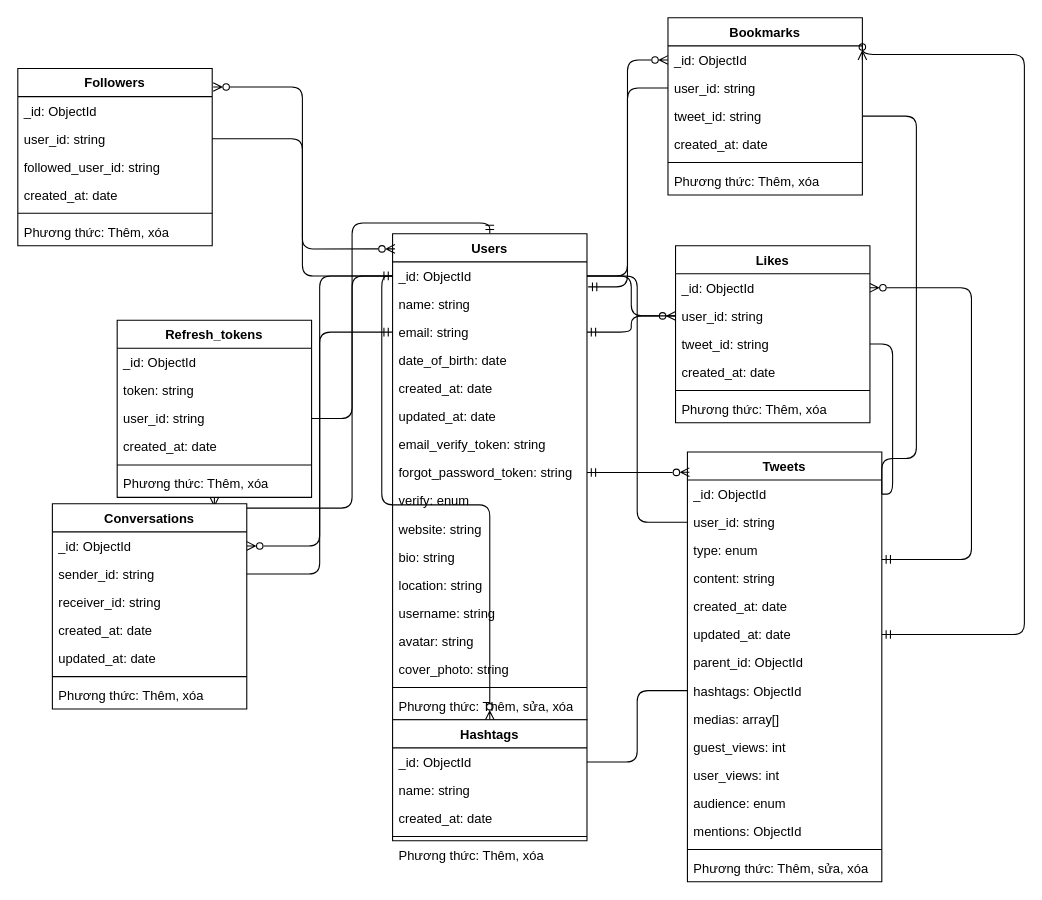
The draw.io diagram page "Class" (20 of 24) of SoDo.drawio in haota1307/project-twitter, before the edit. Source tidied: cells renumbered, new cells numbered last; positions are measured from the earlier drawing's top-left corner, leaving out a move shared by most shapes. Both pictures are drawn from the tidied source at 108%, with x=0, y=0 at pixel (17, 17).
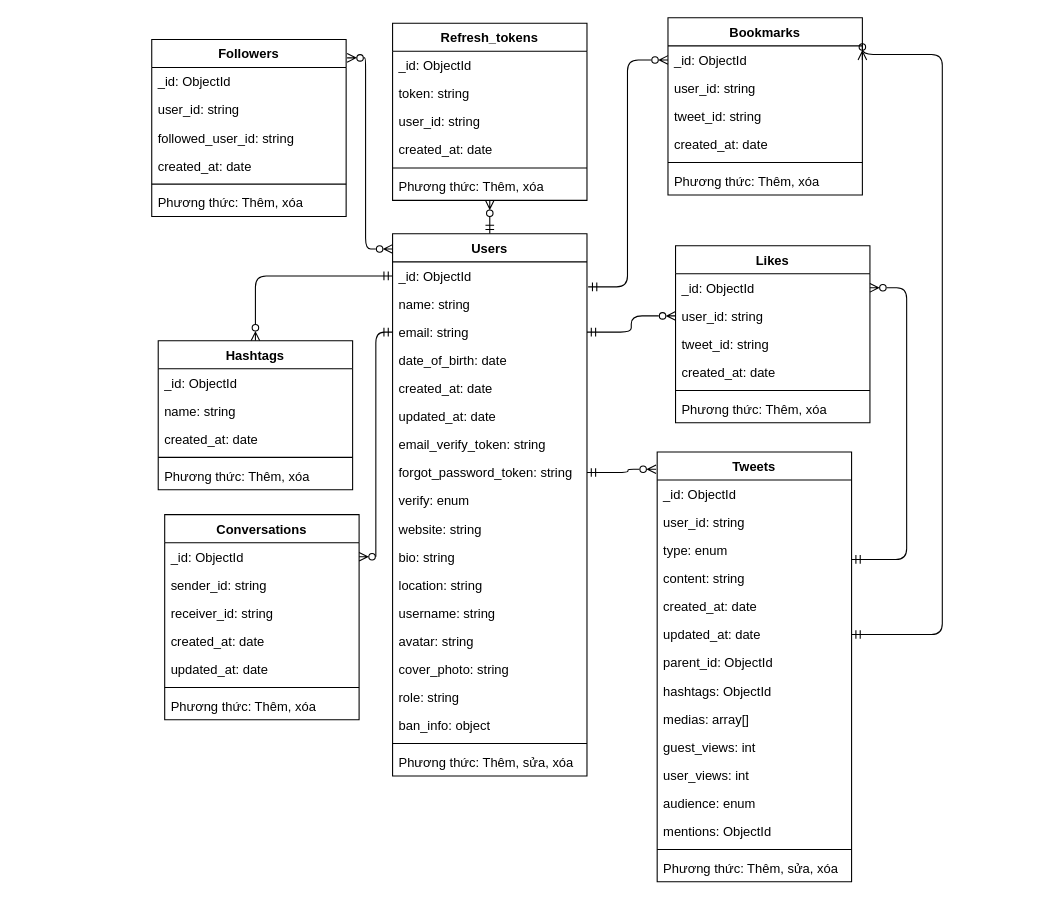
Above is the later version.

The change refers to these unchanged cells:
```xml
<mxCell id="4" value="_id: ObjectId" style="text;strokeColor=none;fillColor=none;align=left;verticalAlign=top;spacingLeft=4;spacingRight=4;overflow=hidden;points=[[0,0.5],[1,0.5]];portConstraint=eastwest;fontColor=#000000;" parent="3" vertex="1">
  <mxGeometry y="26" width="180" height="26" as="geometry" />
</mxCell>
<mxCell id="11" value="forgot_password_token: string" style="text;strokeColor=none;fillColor=none;align=left;verticalAlign=top;spacingLeft=4;spacingRight=4;overflow=hidden;points=[[0,0.5],[1,0.5]];portConstraint=eastwest;fontColor=#000000;" parent="3" vertex="1">
  <mxGeometry y="208" width="180" height="26" as="geometry" />
</mxCell>
<mxCell id="22" value="_id: ObjectId" style="text;strokeColor=none;fillColor=none;align=left;verticalAlign=top;spacingLeft=4;spacingRight=4;overflow=hidden;points=[[0,0.5],[1,0.5]];portConstraint=eastwest;fontColor=#000000;" parent="21" vertex="1">
  <mxGeometry y="26" width="180" height="26" as="geometry" />
</mxCell>
<mxCell id="23" value="user_id: string" style="text;strokeColor=none;fillColor=none;align=left;verticalAlign=top;spacingLeft=4;spacingRight=4;overflow=hidden;points=[[0,0.5],[1,0.5]];portConstraint=eastwest;fontColor=#000000;" parent="21" vertex="1">
  <mxGeometry y="52" width="180" height="26" as="geometry" />
</mxCell>
<mxCell id="27" value="updated_at: date" style="text;strokeColor=none;fillColor=none;align=left;verticalAlign=top;spacingLeft=4;spacingRight=4;overflow=hidden;points=[[0,0.5],[1,0.5]];portConstraint=eastwest;fontColor=#000000;" parent="21" vertex="1">
  <mxGeometry y="156" width="180" height="26" as="geometry" />
</mxCell>
<mxCell id="29" value="hashtags: ObjectId" style="text;strokeColor=none;fillColor=none;align=left;verticalAlign=top;spacingLeft=4;spacingRight=4;overflow=hidden;points=[[0,0.5],[1,0.5]];portConstraint=eastwest;fontColor=#000000;" parent="21" vertex="1">
  <mxGeometry y="208" width="180" height="26" as="geometry" />
</mxCell>
<mxCell id="39" value="user_id: string" style="text;strokeColor=none;fillColor=none;align=left;verticalAlign=top;spacingLeft=4;spacingRight=4;overflow=hidden;points=[[0,0.5],[1,0.5]];portConstraint=eastwest;fontColor=#000000;" parent="37" vertex="1">
  <mxGeometry y="52" width="180" height="26" as="geometry" />
</mxCell>
<mxCell id="47" value="user_id: string" style="text;strokeColor=none;fillColor=none;align=left;verticalAlign=top;spacingLeft=4;spacingRight=4;overflow=hidden;points=[[0,0.5],[1,0.5]];portConstraint=eastwest;fontColor=#000000;" parent="44" vertex="1">
  <mxGeometry y="78" width="180" height="26" as="geometry" />
</mxCell>
<mxCell id="52" value="_id: ObjectId" style="text;strokeColor=none;fillColor=none;align=left;verticalAlign=top;spacingLeft=4;spacingRight=4;overflow=hidden;points=[[0,0.5],[1,0.5]];portConstraint=eastwest;fontColor=#000000;" parent="51" vertex="1">
  <mxGeometry y="26" width="180" height="26" as="geometry" />
</mxCell>
<mxCell id="53" value="user_id: string" style="text;strokeColor=none;fillColor=none;align=left;verticalAlign=top;spacingLeft=4;spacingRight=4;overflow=hidden;points=[[0,0.5],[1,0.5]];portConstraint=eastwest;fontColor=#000000;" parent="51" vertex="1">
  <mxGeometry y="52" width="180" height="26" as="geometry" />
</mxCell>
<mxCell id="54" value="tweet_id: string" style="text;strokeColor=none;fillColor=none;align=left;verticalAlign=top;spacingLeft=4;spacingRight=4;overflow=hidden;points=[[0,0.5],[1,0.5]];portConstraint=eastwest;fontColor=#000000;" parent="51" vertex="1">
  <mxGeometry y="78" width="180" height="26" as="geometry" />
</mxCell>
<mxCell id="59" value="_id: ObjectId" style="text;strokeColor=none;fillColor=none;align=left;verticalAlign=top;spacingLeft=4;spacingRight=4;overflow=hidden;points=[[0,0.5],[1,0.5]];portConstraint=eastwest;fontColor=#000000;" parent="58" vertex="1">
  <mxGeometry y="26" width="180" height="26" as="geometry" />
</mxCell>
<mxCell id="60" value="user_id: string" style="text;strokeColor=none;fillColor=none;align=left;verticalAlign=top;spacingLeft=4;spacingRight=4;overflow=hidden;points=[[0,0.5],[1,0.5]];portConstraint=eastwest;fontColor=#000000;" parent="58" vertex="1">
  <mxGeometry y="52" width="180" height="26" as="geometry" />
</mxCell>
<mxCell id="61" value="tweet_id: string" style="text;strokeColor=none;fillColor=none;align=left;verticalAlign=top;spacingLeft=4;spacingRight=4;overflow=hidden;points=[[0,0.5],[1,0.5]];portConstraint=eastwest;fontColor=#000000;" parent="58" vertex="1">
  <mxGeometry y="78" width="180" height="26" as="geometry" />
</mxCell>
<mxCell id="67" value="sender_id: string" style="text;strokeColor=none;fillColor=none;align=left;verticalAlign=top;spacingLeft=4;spacingRight=4;overflow=hidden;points=[[0,0.5],[1,0.5]];portConstraint=eastwest;fontColor=#000000;" parent="65" vertex="1">
  <mxGeometry y="52" width="180" height="26" as="geometry" />
</mxCell>
<mxCell id="75" value="_id: ObjectId" style="text;strokeColor=none;fillColor=none;align=left;verticalAlign=top;spacingLeft=4;spacingRight=4;overflow=hidden;points=[[0,0.5],[1,0.5]];portConstraint=eastwest;fontColor=#000000;" parent="74" vertex="1">
  <mxGeometry y="26" width="180" height="26" as="geometry" />
</mxCell>
```

The edit, as a diff of the source:
```diff
@@
     <mxCell id="3" value="Users" style="swimlane;fontStyle=1;align=center;verticalAlign=top;horizontal=1;startSize=26;strokeColor=#000000;fontColor=#000000;fillColor=#FFFFFF;" parent="1" vertex="1">
-      <mxGeometry x="347" y="200" width="180" height="450" as="geometry" />
+      <mxGeometry x="347" y="200" width="180" height="502" as="geometry" />
     </mxCell>
@@
+    <mxCell id="96" value="cover_photo: string" style="text;strokeColor=none;fillColor=none;align=left;verticalAlign=top;spacingLeft=4;spacingRight=4;overflow=hidden;fontColor=#000000;" parent="3" vertex="1">
+      <mxGeometry y="390" width="180" height="26" as="geometry" />
+    </mxCell>
+    <mxCell id="97" value="role: string" style="text;strokeColor=none;fillColor=none;align=left;verticalAlign=top;spacingLeft=4;spacingRight=4;overflow=hidden;fontColor=#000000;" parent="3" vertex="1">
+      <mxGeometry y="416" width="180" height="26" as="geometry" />
+    </mxCell>
-    <mxCell id="18" value="cover_photo: string" style="text;strokeColor=none;fillColor=none;align=left;verticalAlign=top;spacingLeft=4;spacingRight=4;overflow=hidden;fontColor=#000000;" parent="3" vertex="1">
-      <mxGeometry y="390" width="180" height="26" as="geometry" />
+    <mxCell id="18" value="ban_info: object" style="text;strokeColor=none;fillColor=none;align=left;verticalAlign=top;spacingLeft=4;spacingRight=4;overflow=hidden;fontColor=#000000;" parent="3" vertex="1">
+      <mxGeometry y="442" width="180" height="26" as="geometry" />
     </mxCell>
     <mxCell id="19" style="line;strokeWidth=1;fillColor=none;align=left;verticalAlign=middle;spacingTop=-1;spacingLeft=3;spacingRight=3;labelPosition=right;strokeColor=inherit;fontColor=#000000;" parent="3" vertex="1">
-      <mxGeometry y="416" width="180" height="8" as="geometry" />
+      <mxGeometry y="468" width="180" height="8" as="geometry" />
     </mxCell>
     <mxCell id="20" value="Phương thức: Thêm, sửa, xóa" style="text;strokeColor=none;fillColor=none;align=left;verticalAlign=top;spacingLeft=4;spacingRight=4;overflow=hidden;fontColor=#000000;" parent="3" vertex="1">
-      <mxGeometry y="424" width="180" height="26" as="geometry" />
+      <mxGeometry y="476" width="180" height="26" as="geometry" />
     </mxCell>
     <mxCell id="21" value="Tweets" style="swimlane;fontStyle=1;align=center;verticalAlign=top;horizontal=1;startSize=26;strokeColor=#000000;fontColor=#000000;fillColor=#FFFFFF;" parent="1" vertex="1">
-      <mxGeometry x="620" y="402" width="180" height="398" as="geometry" />
+      <mxGeometry x="592" y="402" width="180" height="398" as="geometry" />
     </mxCell>
@@
     <mxCell id="37" value="Followers" style="swimlane;fontStyle=1;align=center;verticalAlign=top;horizontal=1;startSize=26;strokeColor=#000000;fontColor=#000000;fillColor=#FFFFFF;" parent="1" vertex="1">
-      <mxGeometry y="47" width="180" height="164" as="geometry" />
+      <mxGeometry x="124" y="20" width="180" height="164" as="geometry" />
     </mxCell>
@@
     <mxCell id="44" value="Refresh_tokens" style="swimlane;fontStyle=1;align=center;verticalAlign=top;horizontal=1;startSize=26;strokeColor=#000000;fontColor=#000000;fillColor=#FFFFFF;" parent="1" vertex="1">
-      <mxGeometry x="92" y="280" width="180" height="164" as="geometry" />
+      <mxGeometry x="347" y="5" width="180" height="164" as="geometry" />
     </mxCell>
@@
     <mxCell id="65" value="Conversations" style="swimlane;fontStyle=1;align=center;verticalAlign=top;horizontal=1;startSize=26;strokeColor=#000000;fontColor=#000000;fillColor=#FFFFFF;" parent="1" vertex="1">
-      <mxGeometry x="32" y="450" width="180" height="190" as="geometry" />
+      <mxGeometry x="136" y="460" width="180" height="190" as="geometry" />
     </mxCell>
@@
     <mxCell id="74" value="Hashtags" style="swimlane;fontStyle=1;align=center;verticalAlign=top;horizontal=1;startSize=26;strokeColor=#000000;fontColor=#000000;fillColor=#FFFFFF;" parent="1" vertex="1">
-      <mxGeometry x="347" y="650" width="180" height="112" as="geometry" />
+      <mxGeometry x="130" y="299" width="180" height="138" as="geometry" />
     </mxCell>
@@
-    <mxCell id="80" style="edgeStyle=orthogonalEdgeStyle;html=1;exitX=1.005;exitY=0.104;exitDx=0;exitDy=0;entryX=0.012;entryY=0.031;entryDx=0;entryDy=0;entryPerimeter=0;strokeColor=#000000;fontColor=#000000;startArrow=ERzeroToMany;startFill=0;endArrow=ERzeroToMany;endFill=0;elbow=vertical;exitPerimeter=0;" parent="1" edge="1" source="37" target="3">
-      <mxGeometry relative="1" as="geometry" />
+    <mxCell id="80" style="edgeStyle=orthogonalEdgeStyle;html=1;exitX=1.005;exitY=0.104;exitDx=0;exitDy=0;strokeColor=#000000;fontColor=#000000;startArrow=ERzeroToMany;startFill=0;endArrow=ERzeroToMany;endFill=0;elbow=vertical;exitPerimeter=0;" parent="1" edge="1" source="37" target="3">
+      <mxGeometry relative="1" as="geometry">
+        <Array as="points">
+          <mxPoint x="322" y="37" />
+          <mxPoint x="322" y="214" />
+        </Array>
+      </mxGeometry>
     </mxCell>
-    <mxCell id="81" style="edgeStyle=orthogonalEdgeStyle;html=1;exitX=1;exitY=0.5;exitDx=0;exitDy=0;entryX=0;entryY=0.5;entryDx=0;entryDy=0;fontSize=24;startArrow=none;startFill=0;endArrow=none;endFill=0;strokeColor=#000000;" parent="1" edge="1" source="39" target="4">
-      <mxGeometry relative="1" as="geometry" />
-    </mxCell>
@@
-    <mxCell id="83" style="edgeStyle=orthogonalEdgeStyle;html=1;exitX=1;exitY=0.5;exitDx=0;exitDy=0;entryX=0;entryY=0.5;entryDx=0;entryDy=0;strokeColor=#000000;fontSize=24;startArrow=none;startFill=0;endArrow=none;endFill=0;" parent="1" edge="1" source="47" target="4">
-      <mxGeometry relative="1" as="geometry" />
-    </mxCell>
-    <mxCell id="84" style="edgeStyle=orthogonalEdgeStyle;html=1;exitX=1;exitY=0.5;exitDx=0;exitDy=0;entryX=0.01;entryY=0.047;entryDx=0;entryDy=0;entryPerimeter=0;strokeColor=#000000;fontColor=#000000;startArrow=ERmandOne;startFill=0;endArrow=ERzeroToMany;endFill=0;elbow=vertical;" parent="1" edge="1" source="11" target="21">
+    <mxCell id="84" style="edgeStyle=orthogonalEdgeStyle;html=1;exitX=1;exitY=0.5;exitDx=0;exitDy=0;strokeColor=#000000;fontColor=#000000;startArrow=ERmandOne;startFill=0;endArrow=ERzeroToMany;endFill=0;elbow=vertical;" parent="1" edge="1" source="11">
       <mxGeometry relative="1" as="geometry">
+        <mxPoint x="591" y="418" as="targetPoint" />
         <Array as="points">
-          <mxPoint x="604" y="421" />
+          <mxPoint x="565" y="421" />
+          <mxPoint x="565" y="418" />
         </Array>
       </mxGeometry>
     </mxCell>
-    <mxCell id="85" style="edgeStyle=orthogonalEdgeStyle;html=1;exitX=1;exitY=0.5;exitDx=0;exitDy=0;entryX=0;entryY=0.5;entryDx=0;entryDy=0;strokeColor=#000000;fontSize=24;startArrow=none;startFill=0;endArrow=none;endFill=0;" parent="1" edge="1" source="67" target="4">
-      <mxGeometry relative="1" as="geometry" />
-    </mxCell>
     <mxCell id="86" style="edgeStyle=orthogonalEdgeStyle;html=1;exitX=1;exitY=0.5;exitDx=0;exitDy=0;entryX=1;entryY=0.25;entryDx=0;entryDy=0;strokeColor=#000000;fontColor=#000000;startArrow=ERzeroToMany;startFill=0;endArrow=ERmandOne;endFill=0;elbow=vertical;" parent="1" edge="1" source="52" target="21">
       <mxGeometry relative="1" as="geometry">
         <Array as="points">
-          <mxPoint x="883" y="250" />
-          <mxPoint x="883" y="502" />
+          <mxPoint x="823" y="250" />
+          <mxPoint x="823" y="502" />
         </Array>
       </mxGeometry>
     </mxCell>
-    <mxCell id="87" style="edgeStyle=orthogonalEdgeStyle;html=1;exitX=1;exitY=0.5;exitDx=0;exitDy=0;entryX=0;entryY=0.5;entryDx=0;entryDy=0;strokeColor=#000000;fontSize=24;startArrow=none;startFill=0;endArrow=none;endFill=0;" parent="1" edge="1" source="4" target="53">
-      <mxGeometry relative="1" as="geometry" />
-    </mxCell>
     <mxCell id="88" style="edgeStyle=orthogonalEdgeStyle;html=1;exitX=1;exitY=0.5;exitDx=0;exitDy=0;entryX=1;entryY=0.5;entryDx=0;entryDy=0;strokeColor=#000000;fontColor=#000000;startArrow=ERzeroToMany;startFill=0;endArrow=ERmandOne;endFill=0;elbow=vertical;" parent="1" edge="1" source="59" target="27">
       <mxGeometry relative="1" as="geometry">
         <Array as="points">
-          <mxPoint x="932" y="34" />
-          <mxPoint x="932" y="571" />
+          <mxPoint x="782" y="34" />
+          <mxPoint x="856" y="34" />
+          <mxPoint x="856" y="571" />
         </Array>
       </mxGeometry>
     </mxCell>
-    <mxCell id="89" style="edgeStyle=orthogonalEdgeStyle;html=1;exitX=0;exitY=0.5;exitDx=0;exitDy=0;entryX=1;entryY=0.5;entryDx=0;entryDy=0;strokeColor=#000000;fontSize=24;startArrow=none;startFill=0;endArrow=none;endFill=0;" parent="1" edge="1" source="23" target="4">
-      <mxGeometry relative="1" as="geometry" />
-    </mxCell>
@@
-    <mxCell id="91" style="edgeStyle=orthogonalEdgeStyle;html=1;exitX=1;exitY=0.5;exitDx=0;exitDy=0;entryX=0;entryY=0.5;entryDx=0;entryDy=0;strokeColor=#000000;fontSize=24;startArrow=none;startFill=0;endArrow=none;endFill=0;" parent="1" edge="1" source="75" target="29">
-      <mxGeometry relative="1" as="geometry" />
-    </mxCell>
@@
-    <mxCell id="93" style="edgeStyle=orthogonalEdgeStyle;html=1;exitX=0;exitY=0.5;exitDx=0;exitDy=0;entryX=1;entryY=0.5;entryDx=0;entryDy=0;strokeColor=#000000;fontSize=24;startArrow=none;startFill=0;endArrow=none;endFill=0;" parent="1" edge="1" source="60" target="4">
-      <mxGeometry relative="1" as="geometry" />
-    </mxCell>
-    <mxCell id="94" style="edgeStyle=orthogonalEdgeStyle;html=1;exitX=1;exitY=0.5;exitDx=0;exitDy=0;strokeColor=#000000;fontSize=24;startArrow=none;startFill=0;endArrow=none;endFill=0;entryX=1;entryY=0.5;entryDx=0;entryDy=0;" parent="1" edge="1" source="61" target="22">
-      <mxGeometry relative="1" as="geometry">
-        <Array as="points">
-          <mxPoint x="832" y="91" />
-          <mxPoint x="832" y="408" />
-        </Array>
-      </mxGeometry>
-    </mxCell>
-    <mxCell id="95" style="edgeStyle=orthogonalEdgeStyle;html=1;exitX=1;exitY=0.5;exitDx=0;exitDy=0;entryX=1;entryY=0.5;entryDx=0;entryDy=0;strokeColor=#000000;fontSize=24;startArrow=none;startFill=0;endArrow=none;endFill=0;" parent="1" edge="1" source="54" target="22">
-      <mxGeometry relative="1" as="geometry" />
-    </mxCell>
```
